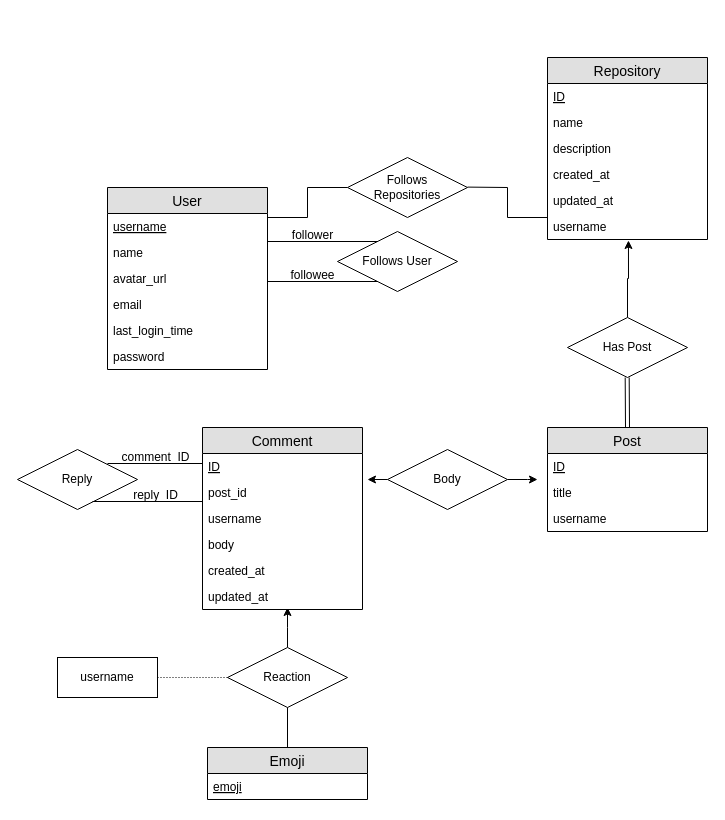
This is entity-relationship-model.drawio from zahin-mohammad/ece356-project, a draw.io file, before an edit. Source tidied: cells renumbered, new cells numbered last; positions are measured from the earlier drawing's top-left corner, leaving out a move shared by most shapes. Both pictures are drawn from the tidied source at 100%, with x=0, y=0 at pixel (17, 57).
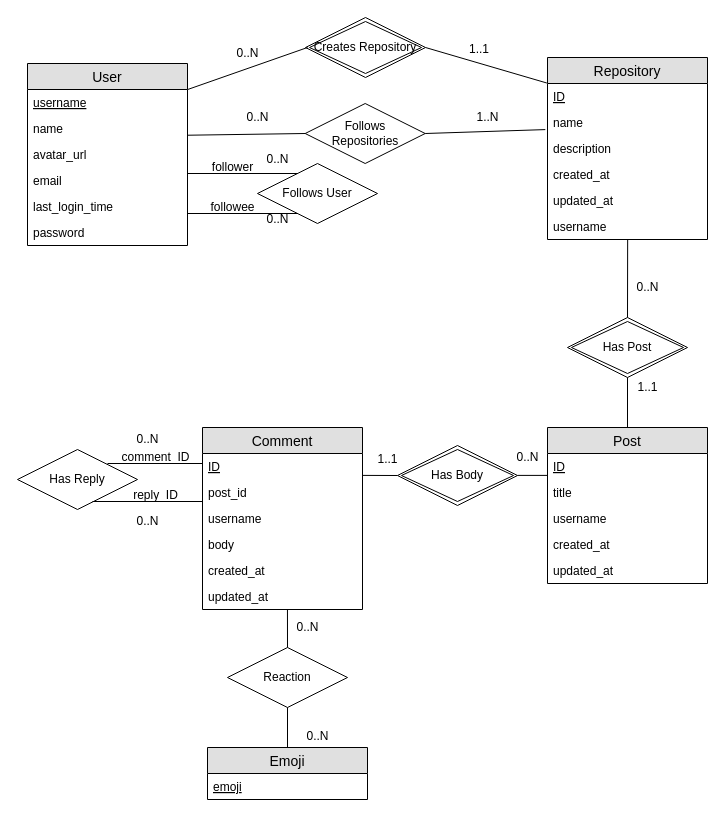
After the change.

The change refers to these unchanged cells:
```xml
<mxCell id="18" value="Reaction" style="shape=rhombus;perimeter=rhombusPerimeter;whiteSpace=wrap;html=1;align=center;" parent="1" vertex="1">
  <mxGeometry x="210" y="590" width="120" height="60" as="geometry" />
</mxCell>
<mxCell id="43" value="updated_at" style="text;strokeColor=none;fillColor=none;spacingLeft=4;spacingRight=4;overflow=hidden;points=[[0,0.5],[1,0.5]];portConstraint=eastwest;fontSize=12;" parent="37" vertex="1">
  <mxGeometry y="156" width="160" height="26" as="geometry" />
</mxCell>
<mxCell id="45" value="ID" style="text;strokeColor=none;fillColor=none;spacingLeft=4;spacingRight=4;overflow=hidden;points=[[0,0.5],[1,0.5]];portConstraint=eastwest;fontSize=12;fontStyle=4;" parent="44" vertex="1">
  <mxGeometry y="26" width="160" height="26" as="geometry" />
</mxCell>
<mxCell id="50" value="username" style="text;strokeColor=none;fillColor=none;spacingLeft=4;spacingRight=4;overflow=hidden;points=[[0,0.5],[1,0.5]];portConstraint=eastwest;fontSize=12;" parent="44" vertex="1">
  <mxGeometry y="156" width="160" height="26" as="geometry" />
</mxCell>
```

Diff of the diagram source:
```diff
@@
     <mxCell id="2" value="Follows &lt;br&gt;Repositories" style="shape=rhombus;perimeter=rhombusPerimeter;whiteSpace=wrap;html=1;align=center;" parent="1" vertex="1">
-      <mxGeometry x="330" y="100" width="120" height="60" as="geometry" />
+      <mxGeometry x="287.7" y="46" width="120" height="60" as="geometry" />
     </mxCell>
     <mxCell id="3" value="Follows User" style="shape=rhombus;perimeter=rhombusPerimeter;whiteSpace=wrap;html=1;align=center;" parent="1" vertex="1">
-      <mxGeometry x="320" y="174" width="120" height="60" as="geometry" />
+      <mxGeometry x="240" y="106" width="120" height="60" as="geometry" />
     </mxCell>
     <mxCell id="4" style="line;strokeWidth=1;fillColor=none;align=left;verticalAlign=middle;spacingTop=-1;spacingLeft=3;spacingRight=3;labelPosition=right;fontSize=12;" parent="1" vertex="1">
-      <mxGeometry x="250" y="180" width="110" height="8" as="geometry" />
+      <mxGeometry x="170" y="112" width="110" height="8" as="geometry" />
     </mxCell>
     <mxCell id="5" style="line;strokeWidth=1;fillColor=none;align=left;verticalAlign=middle;spacingTop=-1;spacingLeft=3;spacingRight=3;labelPosition=right;fontSize=12;" parent="1" vertex="1">
-      <mxGeometry x="250" y="220" width="110" height="8" as="geometry" />
+      <mxGeometry x="170" y="152" width="110" height="8" as="geometry" />
     </mxCell>
-    <mxCell id="6" style="endArrow=none;html=1;rounded=0;entryX=0;entryY=0.5;entryDx=0;entryDy=0;" parent="1" edge="1" target="2">
-      <mxGeometry relative="1" as="geometry">
-        <mxPoint x="290" y="130" as="sourcePoint" />
-      </mxGeometry>
-    </mxCell>
-    <mxCell id="7" style="endArrow=none;html=1;rounded=0;" parent="1" edge="1">
-      <mxGeometry relative="1" as="geometry">
-        <mxPoint x="290" y="130" as="sourcePoint" />
-        <mxPoint x="290" y="160" as="targetPoint" />
-      </mxGeometry>
-    </mxCell>
-    <mxCell id="8" style="endArrow=none;html=1;rounded=0;exitX=1;exitY=0.154;exitDx=0;exitDy=0;exitPerimeter=0;" parent="1" edge="1">
-      <mxGeometry relative="1" as="geometry">
-        <mxPoint x="250" y="160" as="sourcePoint" />
-        <mxPoint x="290" y="160" as="targetPoint" />
-      </mxGeometry>
-    </mxCell>
-    <mxCell id="9" style="endArrow=none;html=1;rounded=0;" parent="1" edge="1">
-      <mxGeometry relative="1" as="geometry">
-        <mxPoint x="450" y="129.6" as="sourcePoint" />
-        <mxPoint x="490" y="130" as="targetPoint" />
-      </mxGeometry>
-    </mxCell>
-    <mxCell id="10" style="endArrow=none;html=1;rounded=0;" parent="1" edge="1">
-      <mxGeometry relative="1" as="geometry">
-        <mxPoint x="490" y="130" as="sourcePoint" />
-        <mxPoint x="490" y="160" as="targetPoint" />
-      </mxGeometry>
-    </mxCell>
-    <mxCell id="11" style="endArrow=none;html=1;rounded=0;" parent="1" edge="1">
-      <mxGeometry relative="1" as="geometry">
-        <mxPoint x="490" y="160" as="sourcePoint" />
-        <mxPoint x="530" y="160" as="targetPoint" />
-      </mxGeometry>
-    </mxCell>
-    <mxCell id="12" style="edgeStyle=orthogonalEdgeStyle;rounded=0;jettySize=auto;html=1;entryX=0.506;entryY=1.038;entryDx=0;entryDy=0;entryPerimeter=0;" parent="1" edge="1" source="13" target="50">
-      <mxGeometry relative="1" as="geometry" />
-    </mxCell>
-    <mxCell id="13" value="Has Post" style="shape=rhombus;perimeter=rhombusPerimeter;whiteSpace=wrap;html=1;align=center;" parent="1" vertex="1">
-      <mxGeometry x="550" y="260" width="120" height="60" as="geometry" />
-    </mxCell>
-    <mxCell id="14" style="edgeStyle=orthogonalEdgeStyle;rounded=0;jettySize=auto;html=1;" parent="1" edge="1" source="16">
-      <mxGeometry relative="1" as="geometry">
-        <mxPoint x="520" y="422" as="targetPoint" />
-      </mxGeometry>
-    </mxCell>
-    <mxCell id="15" style="edgeStyle=orthogonalEdgeStyle;rounded=0;jettySize=auto;html=1;" parent="1" edge="1" source="16">
-      <mxGeometry relative="1" as="geometry">
-        <mxPoint x="350" y="422" as="targetPoint" />
-      </mxGeometry>
-    </mxCell>
-    <mxCell id="16" value="Body" style="shape=rhombus;perimeter=rhombusPerimeter;whiteSpace=wrap;html=1;align=center;" parent="1" vertex="1">
-      <mxGeometry x="370" y="392" width="120" height="60" as="geometry" />
-    </mxCell>
-    <mxCell id="17" style="edgeStyle=orthogonalEdgeStyle;rounded=0;jettySize=auto;html=1;" parent="1" edge="1" source="18">
-      <mxGeometry relative="1" as="geometry">
-        <mxPoint x="270" y="550" as="targetPoint" />
-      </mxGeometry>
-    </mxCell>
@@
-    <mxCell id="19" style="endArrow=none;html=1;rounded=0;dashed=1;dashPattern=1 2;" parent="1" edge="1" source="21">
-      <mxGeometry relative="1" as="geometry">
-        <mxPoint x="210" y="620" as="targetPoint" />
-      </mxGeometry>
-    </mxCell>
-    <mxCell id="20" style="html=1;align=right;verticalAlign=bottom;" parent="19" vertex="1">
-      <mxGeometry x="1" relative="1" as="geometry" />
-    </mxCell>
-    <mxCell id="21" value="username" style="whiteSpace=wrap;html=1;align=center;" parent="1" vertex="1">
-      <mxGeometry x="40" y="600" width="100" height="40" as="geometry" />
-    </mxCell>
     <mxCell id="22" value="follower" style="text;html=1;align=center;verticalAlign=middle;" parent="1" vertex="1">
-      <mxGeometry x="265" y="168" width="60" height="20" as="geometry" />
+      <mxGeometry x="185" y="100" width="60" height="20" as="geometry" />
     </mxCell>
     <mxCell id="23" value="followee" style="text;html=1;align=center;verticalAlign=middle;" parent="1" vertex="1">
-      <mxGeometry x="265" y="208" width="60" height="20" as="geometry" />
+      <mxGeometry x="185" y="140" width="60" height="20" as="geometry" />
     </mxCell>
@@
-    <mxCell id="25" style="shape=link;html=1;rounded=0;exitX=0.5;exitY=0;exitDx=0;exitDy=0;" parent="1" edge="1" source="33">
-      <mxGeometry relative="1" as="geometry">
-        <mxPoint x="609.7" y="320" as="targetPoint" />
-      </mxGeometry>
-    </mxCell>
-    <mxCell id="26" value="User" style="swimlane;fontStyle=0;horizontal=1;startSize=26;fillColor=#e0e0e0;swimlaneFillColor=#ffffff;align=center;fontSize=14;" parent="1" vertex="1">
-      <mxGeometry x="90" y="130" width="160" height="182" as="geometry" />
-    </mxCell>
-    <mxCell id="27" value="username" style="text;strokeColor=none;fillColor=none;spacingLeft=4;spacingRight=4;overflow=hidden;points=[[0,0.5],[1,0.5]];portConstraint=eastwest;fontSize=12;fontStyle=4;" parent="26" vertex="1">
-      <mxGeometry y="26" width="160" height="26" as="geometry" />
-    </mxCell>
-    <mxCell id="28" value="name" style="text;strokeColor=none;fillColor=none;spacingLeft=4;spacingRight=4;overflow=hidden;points=[[0,0.5],[1,0.5]];portConstraint=eastwest;fontSize=12;" parent="26" vertex="1">
-      <mxGeometry y="52" width="160" height="26" as="geometry" />
-    </mxCell>
-    <mxCell id="29" value="avatar_url" style="text;strokeColor=none;fillColor=none;spacingLeft=4;spacingRight=4;overflow=hidden;fontSize=12;" parent="26" vertex="1">
-      <mxGeometry y="78" width="160" height="26" as="geometry" />
-    </mxCell>
-    <mxCell id="30" value="email" style="text;strokeColor=none;fillColor=none;spacingLeft=4;spacingRight=4;overflow=hidden;fontSize=12;" parent="26" vertex="1">
-      <mxGeometry y="104" width="160" height="26" as="geometry" />
-    </mxCell>
-    <mxCell id="31" value="last_login_time" style="text;strokeColor=none;fillColor=none;spacingLeft=4;spacingRight=4;overflow=hidden;fontSize=12;" parent="26" vertex="1">
-      <mxGeometry y="130" width="160" height="26" as="geometry" />
-    </mxCell>
-    <mxCell id="32" value="password" style="text;strokeColor=none;fillColor=none;spacingLeft=4;spacingRight=4;overflow=hidden;fontSize=12;" parent="26" vertex="1">
-      <mxGeometry y="156" width="160" height="26" as="geometry" />
-    </mxCell>
     <mxCell id="33" value="Post" style="swimlane;fontStyle=0;horizontal=1;startSize=26;fillColor=#e0e0e0;swimlaneFillColor=#ffffff;align=center;fontSize=14;" parent="1" vertex="1">
-      <mxGeometry x="530" y="370" width="160" height="104" as="geometry" />
+      <mxGeometry x="530" y="370" width="160" height="156" as="geometry" />
     </mxCell>
@@
+    <mxCell id="58" value="created_at" style="text;strokeColor=none;fillColor=none;spacingLeft=4;spacingRight=4;overflow=hidden;fontSize=12;" parent="33" vertex="1">
+      <mxGeometry y="104" width="160" height="26" as="geometry" />
+    </mxCell>
+    <mxCell id="59" value="updated_at" style="text;strokeColor=none;fillColor=none;spacingLeft=4;spacingRight=4;overflow=hidden;fontSize=12;" parent="33" vertex="1">
+      <mxGeometry y="130" width="160" height="26" as="geometry" />
+    </mxCell>
@@
+    <mxCell id="26" value="User" style="swimlane;fontStyle=0;horizontal=1;startSize=26;fillColor=#e0e0e0;swimlaneFillColor=#ffffff;align=center;fontSize=14;" parent="1" vertex="1">
+      <mxGeometry x="10" y="6" width="160" height="182" as="geometry" />
+    </mxCell>
+    <mxCell id="27" value="username" style="text;strokeColor=none;fillColor=none;spacingLeft=4;spacingRight=4;overflow=hidden;points=[[0,0.5],[1,0.5]];portConstraint=eastwest;fontSize=12;fontStyle=4;" parent="26" vertex="1">
+      <mxGeometry y="26" width="160" height="26" as="geometry" />
+    </mxCell>
+    <mxCell id="28" value="name" style="text;strokeColor=none;fillColor=none;spacingLeft=4;spacingRight=4;overflow=hidden;points=[[0,0.5],[1,0.5]];portConstraint=eastwest;fontSize=12;" parent="26" vertex="1">
+      <mxGeometry y="52" width="160" height="26" as="geometry" />
+    </mxCell>
+    <mxCell id="29" value="avatar_url" style="text;strokeColor=none;fillColor=none;spacingLeft=4;spacingRight=4;overflow=hidden;fontSize=12;" parent="26" vertex="1">
+      <mxGeometry y="78" width="160" height="26" as="geometry" />
+    </mxCell>
+    <mxCell id="30" value="email" style="text;strokeColor=none;fillColor=none;spacingLeft=4;spacingRight=4;overflow=hidden;fontSize=12;" parent="26" vertex="1">
+      <mxGeometry y="104" width="160" height="26" as="geometry" />
+    </mxCell>
+    <mxCell id="31" value="last_login_time" style="text;strokeColor=none;fillColor=none;spacingLeft=4;spacingRight=4;overflow=hidden;fontSize=12;" parent="26" vertex="1">
+      <mxGeometry y="130" width="160" height="26" as="geometry" />
+    </mxCell>
+    <mxCell id="32" value="password" style="text;strokeColor=none;fillColor=none;spacingLeft=4;spacingRight=4;overflow=hidden;fontSize=12;" parent="26" vertex="1">
+      <mxGeometry y="156" width="160" height="26" as="geometry" />
+    </mxCell>
@@
-    <mxCell id="53" value="Reply" style="shape=rhombus;perimeter=rhombusPerimeter;whiteSpace=wrap;html=1;align=center;" parent="1" vertex="1">
+    <mxCell id="53" value="Has Reply" style="shape=rhombus;perimeter=rhombusPerimeter;whiteSpace=wrap;html=1;align=center;" parent="1" vertex="1">
       <mxGeometry y="392" width="120" height="60" as="geometry" />
     </mxCell>
@@
+    <mxCell id="60" style="endArrow=none;html=1;exitX=1;exitY=0.759;exitDx=0;exitDy=0;exitPerimeter=0;entryX=0;entryY=0.5;entryDx=0;entryDy=0;" parent="1" edge="1" source="28" target="2">
+      <mxGeometry relative="1" as="geometry" />
+    </mxCell>
+    <mxCell id="61" style="endArrow=none;html=1;entryX=0.001;entryY=0.004;entryDx=0;entryDy=0;entryPerimeter=0;exitX=1;exitY=0.5;exitDx=0;exitDy=0;" parent="1" edge="1" source="2">
+      <mxGeometry relative="1" as="geometry">
+        <mxPoint x="527.8" y="72.1" as="targetPoint" />
+      </mxGeometry>
+    </mxCell>
+    <mxCell id="13" value="Has Post" style="shape=rhombus;double=1;perimeter=rhombusPerimeter;whiteSpace=wrap;html=1;align=center;" parent="1" vertex="1">
+      <mxGeometry x="550" y="260" width="120" height="60" as="geometry" />
+    </mxCell>
+    <mxCell id="12" style="endArrow=none;html=1;rounded=0;entryX=0.501;entryY=0.998;entryDx=0;entryDy=0;entryPerimeter=0;exitX=0.5;exitY=0;exitDx=0;exitDy=0;" parent="1" edge="1" source="13" target="50">
+      <mxGeometry relative="1" as="geometry" />
+    </mxCell>
+    <mxCell id="62" style="endArrow=none;html=1;rounded=0;exitX=0.5;exitY=1;exitDx=0;exitDy=0;entryX=0.5;entryY=0;entryDx=0;entryDy=0;" parent="1" edge="1" source="13" target="33">
+      <mxGeometry relative="1" as="geometry" />
+    </mxCell>
+    <mxCell id="63" value="Has Body" style="shape=rhombus;double=1;perimeter=rhombusPerimeter;whiteSpace=wrap;html=1;align=center;" parent="1" vertex="1">
+      <mxGeometry x="380" y="388" width="120" height="60" as="geometry" />
+    </mxCell>
+    <mxCell id="64" style="endArrow=none;html=1;rounded=0;entryX=0;entryY=0.5;entryDx=0;entryDy=0;" parent="1" edge="1" target="63">
+      <mxGeometry relative="1" as="geometry">
+        <mxPoint x="345" y="417.9" as="sourcePoint" />
+      </mxGeometry>
+    </mxCell>
+    <mxCell id="65" style="endArrow=none;html=1;rounded=0;" parent="1" edge="1">
+      <mxGeometry relative="1" as="geometry">
+        <mxPoint x="500" y="417.9" as="sourcePoint" />
+        <mxPoint x="530" y="417.9" as="targetPoint" />
+      </mxGeometry>
+    </mxCell>
+    <mxCell id="66" value="Creates Repository" style="shape=rhombus;double=1;perimeter=rhombusPerimeter;whiteSpace=wrap;html=1;align=center;" parent="1" vertex="1">
+      <mxGeometry x="288" y="-40" width="120" height="60" as="geometry" />
+    </mxCell>
+    <mxCell id="67" style="endArrow=none;html=1;rounded=0;exitX=1.001;exitY=0;exitDx=0;exitDy=0;exitPerimeter=0;" parent="1" edge="1" source="27">
+      <mxGeometry relative="1" as="geometry">
+        <mxPoint x="290" y="-10" as="targetPoint" />
+      </mxGeometry>
+    </mxCell>
+    <mxCell id="68" style="endArrow=none;html=1;rounded=0;exitX=1;exitY=0.5;exitDx=0;exitDy=0;entryX=-0.004;entryY=-0.018;entryDx=0;entryDy=0;entryPerimeter=0;" parent="1" edge="1" source="66" target="45">
+      <mxGeometry relative="1" as="geometry" />
+    </mxCell>
+    <mxCell id="69" value="1..1" style="html=1;align=left;verticalAlign=bottom;" parent="68" vertex="1">
+      <mxGeometry x="-1" relative="1" as="geometry">
+        <mxPoint x="42" y="10" as="offset" />
+      </mxGeometry>
+    </mxCell>
+    <mxCell id="70" value="0..N" style="text;html=1;align=center;verticalAlign=middle;" parent="1" vertex="1">
+      <mxGeometry x="210" y="-14" width="40" height="20" as="geometry" />
+    </mxCell>
+    <mxCell id="71" value="0..N" style="text;html=1;align=center;verticalAlign=middle;" parent="1" vertex="1">
+      <mxGeometry x="220" y="50" width="40" height="20" as="geometry" />
+    </mxCell>
+    <mxCell id="72" value="1..N" style="text;html=1;align=center;verticalAlign=middle;" parent="1" vertex="1">
+      <mxGeometry x="450" y="50" width="40" height="20" as="geometry" />
+    </mxCell>
+    <mxCell id="73" value="0..N" style="text;html=1;align=center;verticalAlign=middle;" parent="1" vertex="1">
+      <mxGeometry x="610" y="220" width="40" height="20" as="geometry" />
+    </mxCell>
+    <mxCell id="74" value="1..1" style="text;html=1;align=center;verticalAlign=middle;" parent="1" vertex="1">
+      <mxGeometry x="610" y="320" width="40" height="20" as="geometry" />
+    </mxCell>
+    <mxCell id="75" value="0..N" style="text;html=1;align=center;verticalAlign=middle;" parent="1" vertex="1">
+      <mxGeometry x="240" y="92" width="40" height="20" as="geometry" />
+    </mxCell>
+    <mxCell id="76" value="0..N" style="text;html=1;align=center;verticalAlign=middle;" parent="1" vertex="1">
+      <mxGeometry x="240" y="152" width="40" height="20" as="geometry" />
+    </mxCell>
+    <mxCell id="77" value="0..N" style="text;html=1;align=center;verticalAlign=middle;" parent="1" vertex="1">
+      <mxGeometry x="490" y="390" width="40" height="20" as="geometry" />
+    </mxCell>
+    <mxCell id="78" value="1..1" style="text;html=1;align=center;verticalAlign=middle;" parent="1" vertex="1">
+      <mxGeometry x="350" y="392" width="40" height="20" as="geometry" />
+    </mxCell>
+    <mxCell id="79" style="endArrow=none;html=1;rounded=0;exitX=0.5;exitY=0;exitDx=0;exitDy=0;entryX=0.531;entryY=1;entryDx=0;entryDy=0;entryPerimeter=0;" parent="1" edge="1" source="18" target="43">
+      <mxGeometry relative="1" as="geometry" />
+    </mxCell>
+    <mxCell id="80" value="0..N" style="text;html=1;align=center;verticalAlign=middle;" parent="1" vertex="1">
+      <mxGeometry x="270" y="560" width="40" height="20" as="geometry" />
+    </mxCell>
+    <mxCell id="81" value="0..N" style="text;html=1;align=center;verticalAlign=middle;" parent="1" vertex="1">
+      <mxGeometry x="280" y="669" width="40" height="20" as="geometry" />
+    </mxCell>
+    <mxCell id="82" value="0..N" style="text;html=1;align=center;verticalAlign=middle;" parent="1" vertex="1">
+      <mxGeometry x="110" y="372" width="40" height="20" as="geometry" />
+    </mxCell>
+    <mxCell id="83" value="0..N" style="text;html=1;align=center;verticalAlign=middle;" parent="1" vertex="1">
+      <mxGeometry x="110" y="454" width="40" height="20" as="geometry" />
+    </mxCell>
```
